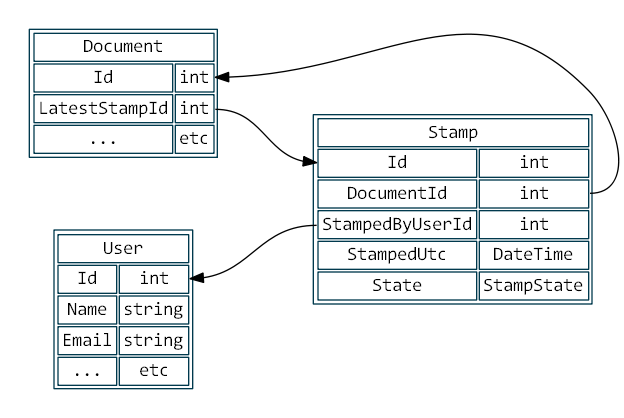
The Graphviz diagram Documentation/resources/document-db-model.gv.png in fsprojects/Rezoom.SQL, before a commit. Its source is kept beside it as Documentation/resources/document-db-model.gv. The source it was exported from:
```dot
digraph documentdb {
  rankdir=RL
  bgcolor=transparent
  node [shape=plaintext,color="#00394d",fontname="Consolas",margin=0.25]

  user [label=<
<TABLE>
<TR><TD COLSPAN="2">User</TD></TR>
<TR><TD>Id</TD><TD PORT="id">int</TD></TR>
<TR><TD>Name</TD><TD>string</TD></TR>
<TR><TD>Email</TD><TD>string</TD></TR>
<TR><TD>...</TD><TD>etc</TD></TR>
</TABLE>
>]

  document [label=<
<TABLE>
<TR><TD COLSPAN="2">Document</TD></TR>
<TR><TD>Id</TD><TD PORT="id">int</TD></TR>
<TR><TD>LatestStampId</TD><TD PORT="lid">int</TD></TR>
<TR><TD>...</TD><TD>etc</TD></TR>
</TABLE>
>]

  stamp [label=<
<TABLE>
<TR><TD COLSPAN="2">Stamp</TD></TR>
<TR><TD PORT="id">Id</TD><TD>int</TD></TR>
<TR><TD>DocumentId</TD><TD PORT="did">int</TD></TR>
<TR><TD PORT="uid">StampedByUserId</TD><TD>int</TD></TR>
<TR><TD>StampedUtc</TD><TD>DateTime</TD></TR>
<TR><TD>State</TD><TD>StampState</TD></TR>
</TABLE>
>]

  stamp:uid -> user:id
  stamp:did -> document:id
  document:lid -> stamp:id[constraint=false]
}
```
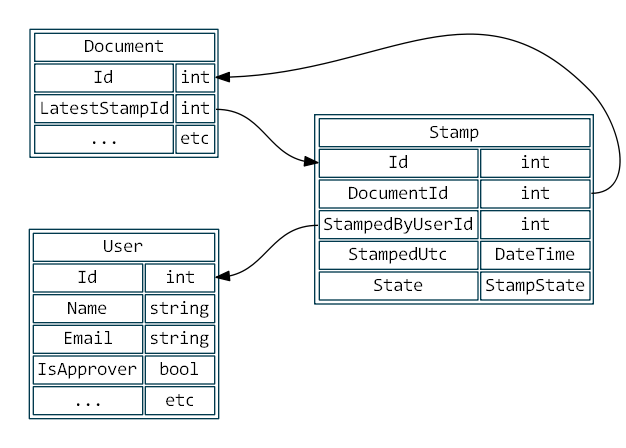
The same diagram one commit later.

Commit message:
Add IsApprover permission to example model and interface.

What changed in the source:
```diff
@@ -9,6 +9,7 @@
 <TR><TD>Id</TD><TD PORT="id">int</TD></TR>
 <TR><TD>Name</TD><TD>string</TD></TR>
 <TR><TD>Email</TD><TD>string</TD></TR>
+<TR><TD>IsApprover</TD><TD>bool</TD></TR>
 <TR><TD>...</TD><TD>etc</TD></TR>
 </TABLE>
 >]
```
